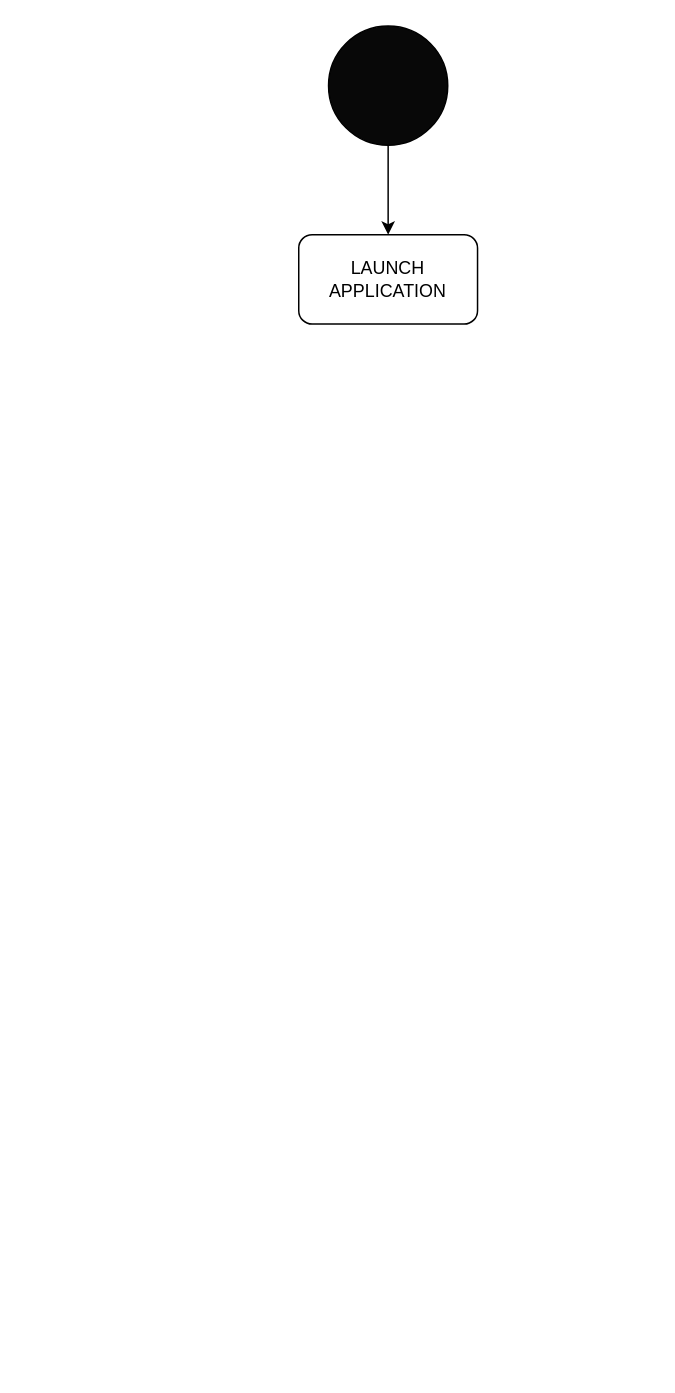
The draw.io diagram ActivityDiagram.drawio in willdonlan8/test, before the edit. Source tidied: cells renumbered, new cells numbered last; positions are measured from the earlier drawing's top-left corner, leaving out a move shared by most shapes. Both pictures are drawn from the tidied source at 149%, with x=0, y=0 at pixel (298, 25).
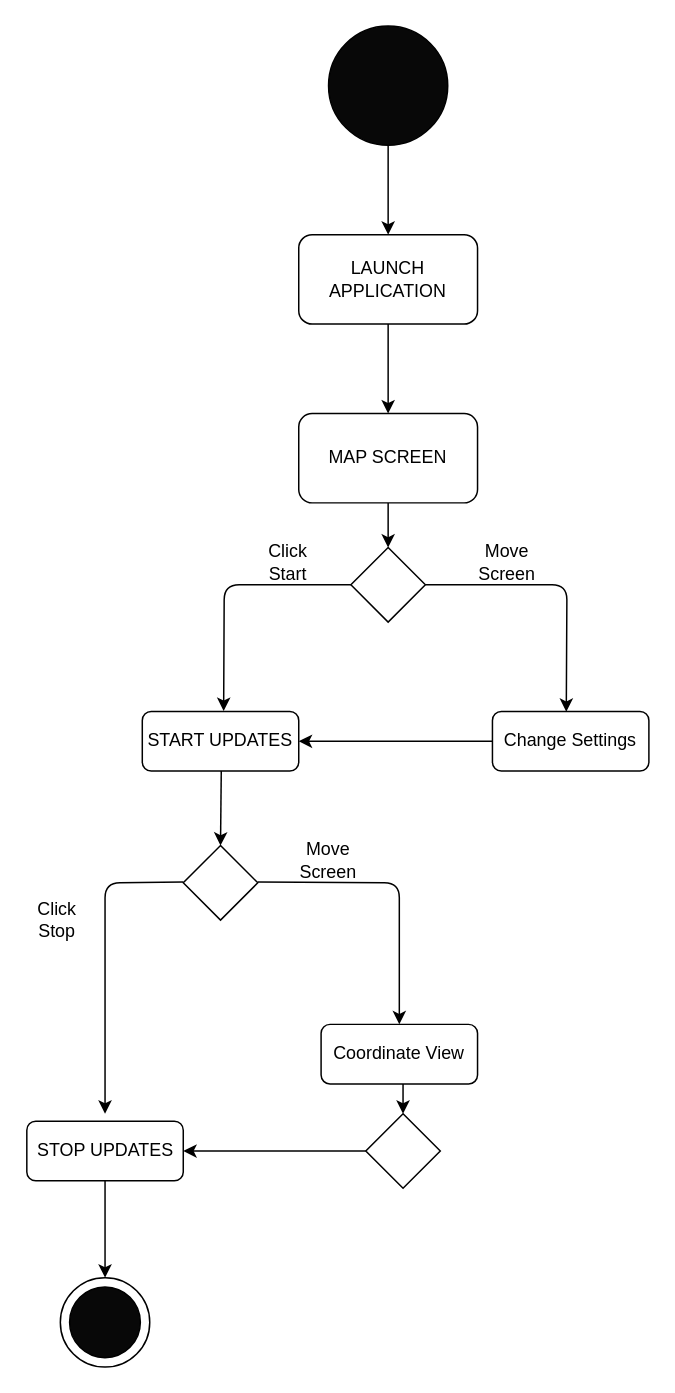
Above is the later version.

Unchanged cells that the change refers to:
```xml
<mxCell id="4" value="LAUNCH APPLICATION" style="rounded=1;whiteSpace=wrap;html=1;" parent="1" vertex="1">
  <mxGeometry y="140" width="120" height="60" as="geometry" />
</mxCell>
```

Change to the diagram source:
```diff
@@
+    <mxCell id="5" value="MAP SCREEN" style="rounded=1;whiteSpace=wrap;html=1;" parent="1" vertex="1">
+      <mxGeometry y="260" width="120" height="60" as="geometry" />
+    </mxCell>
+    <mxCell id="6" style="endArrow=classic;html=1;exitX=0.5;exitY=1;exitDx=0;exitDy=0;" parent="1" edge="1" source="4">
+      <mxGeometry relative="1" as="geometry">
+        <mxPoint x="60" y="260" as="targetPoint" />
+      </mxGeometry>
+    </mxCell>
+    <mxCell id="7" style="rhombus;whiteSpace=wrap;html=1;" parent="1" vertex="1">
+      <mxGeometry x="35" y="350" width="50" height="50" as="geometry" />
+    </mxCell>
+    <mxCell id="8" style="endArrow=classic;html=1;entryX=0.5;entryY=0;entryDx=0;entryDy=0;" parent="1" edge="1" target="7">
+      <mxGeometry relative="1" as="geometry">
+        <mxPoint x="60" y="320" as="sourcePoint" />
+      </mxGeometry>
+    </mxCell>
+    <mxCell id="9" style="endArrow=classic;html=1;exitX=0;exitY=0.5;exitDx=0;exitDy=0;entryX=0.52;entryY=-0.008;entryDx=0;entryDy=0;entryPerimeter=0;" parent="1" edge="1" source="7" target="10">
+      <mxGeometry relative="1" as="geometry">
+        <Array as="points">
+          <mxPoint x="-50" y="375" />
+        </Array>
+      </mxGeometry>
+    </mxCell>
+    <mxCell id="10" value="START UPDATES" style="rounded=1;whiteSpace=wrap;html=1;" parent="1" vertex="1">
+      <mxGeometry x="-105" y="460" width="105" height="40" as="geometry" />
+    </mxCell>
+    <mxCell id="11" style="endArrow=classic;html=1;entryX=0.472;entryY=0.006;entryDx=0;entryDy=0;entryPerimeter=0;" parent="1" edge="1" target="12">
+      <mxGeometry relative="1" as="geometry">
+        <mxPoint x="85" y="374.9" as="sourcePoint" />
+        <Array as="points">
+          <mxPoint x="180" y="375" />
+        </Array>
+      </mxGeometry>
+    </mxCell>
+    <mxCell id="12" value="Change Settings" style="rounded=1;whiteSpace=wrap;html=1;" parent="1" vertex="1">
+      <mxGeometry x="130" y="460" width="105" height="40" as="geometry" />
+    </mxCell>
+    <mxCell id="13" style="rhombus;whiteSpace=wrap;html=1;" parent="1" vertex="1">
+      <mxGeometry x="-77.5" y="550" width="50" height="50" as="geometry" />
+    </mxCell>
+    <mxCell id="14" style="endArrow=classic;html=1;entryX=0.5;entryY=0;entryDx=0;entryDy=0;" parent="1" edge="1" target="13">
+      <mxGeometry relative="1" as="geometry">
+        <mxPoint x="-52" y="500" as="sourcePoint" />
+      </mxGeometry>
+    </mxCell>
+    <mxCell id="15" style="endArrow=classic;html=1;" parent="1" edge="1">
+      <mxGeometry relative="1" as="geometry">
+        <mxPoint x="-27.5" y="574.5" as="sourcePoint" />
+        <mxPoint x="67.5" y="670" as="targetPoint" />
+        <Array as="points">
+          <mxPoint x="67.5" y="575" />
+        </Array>
+      </mxGeometry>
+    </mxCell>
+    <mxCell id="16" value="Coordinate View" style="rounded=1;whiteSpace=wrap;html=1;" parent="1" vertex="1">
+      <mxGeometry x="15" y="670" width="105" height="40" as="geometry" />
+    </mxCell>
+    <mxCell id="17" style="endArrow=classic;html=1;" parent="1" edge="1">
+      <mxGeometry relative="1" as="geometry">
+        <mxPoint x="-77.5" y="574.5" as="sourcePoint" />
+        <mxPoint x="-130" y="730" as="targetPoint" />
+        <Array as="points">
+          <mxPoint x="-130" y="575" />
+        </Array>
+      </mxGeometry>
+    </mxCell>
+    <mxCell id="18" value="STOP UPDATES" style="rounded=1;whiteSpace=wrap;html=1;" parent="1" vertex="1">
+      <mxGeometry x="-182.5" y="735" width="105" height="40" as="geometry" />
+    </mxCell>
+    <mxCell id="19" style="endArrow=classic;html=1;exitX=0.5;exitY=1;exitDx=0;exitDy=0;" parent="1" edge="1" source="18">
+      <mxGeometry relative="1" as="geometry">
+        <mxPoint x="-130" y="840" as="targetPoint" />
+      </mxGeometry>
+    </mxCell>
+    <mxCell id="20" style="ellipse;whiteSpace=wrap;html=1;" parent="1" vertex="1">
+      <mxGeometry x="-160" y="840" width="60" height="60" as="geometry" />
+    </mxCell>
+    <mxCell id="21" style="ellipse;whiteSpace=wrap;html=1;fillColor=#080808;" parent="1" vertex="1">
+      <mxGeometry x="-153.8" y="846.2" width="47.5" height="47.5" as="geometry" />
+    </mxCell>
+    <mxCell id="22" value="Move Screen" style="text;html=1;strokeColor=none;fillColor=none;align=center;verticalAlign=middle;whiteSpace=wrap;rounded=0;" parent="1" vertex="1">
+      <mxGeometry x="120" y="350" width="40" height="20" as="geometry" />
+    </mxCell>
+    <mxCell id="23" value="Click Start" style="text;html=1;strokeColor=none;fillColor=none;align=center;verticalAlign=middle;whiteSpace=wrap;rounded=0;" parent="1" vertex="1">
+      <mxGeometry x="-27.5" y="350" width="40" height="20" as="geometry" />
+    </mxCell>
+    <mxCell id="24" value="Move Screen" style="text;html=1;strokeColor=none;fillColor=none;align=center;verticalAlign=middle;whiteSpace=wrap;rounded=0;" parent="1" vertex="1">
+      <mxGeometry y="550" width="40" height="20" as="geometry" />
+    </mxCell>
+    <mxCell id="25" value="Click Stop" style="text;html=1;strokeColor=none;fillColor=none;align=center;verticalAlign=middle;whiteSpace=wrap;rounded=0;" parent="1" vertex="1">
+      <mxGeometry x="-182.5" y="590" width="40" height="20" as="geometry" />
+    </mxCell>
+    <mxCell id="26" style="rhombus;whiteSpace=wrap;html=1;" parent="1" vertex="1">
+      <mxGeometry x="45" y="730" width="50" height="50" as="geometry" />
+    </mxCell>
+    <mxCell id="27" style="endArrow=classic;html=1;entryX=0.5;entryY=0;entryDx=0;entryDy=0;" parent="1" edge="1" target="26">
+      <mxGeometry relative="1" as="geometry">
+        <mxPoint x="70" y="710" as="sourcePoint" />
+      </mxGeometry>
+    </mxCell>
+    <mxCell id="28" style="endArrow=classic;html=1;exitX=0;exitY=0.5;exitDx=0;exitDy=0;entryX=1;entryY=0.5;entryDx=0;entryDy=0;" parent="1" edge="1" source="26" target="18">
+      <mxGeometry relative="1" as="geometry" />
+    </mxCell>
+    <mxCell id="29" style="endArrow=classic;html=1;entryX=1;entryY=0.5;entryDx=0;entryDy=0;" parent="1" edge="1" target="10">
+      <mxGeometry relative="1" as="geometry">
+        <mxPoint x="130" y="480" as="sourcePoint" />
+      </mxGeometry>
+    </mxCell>
```
